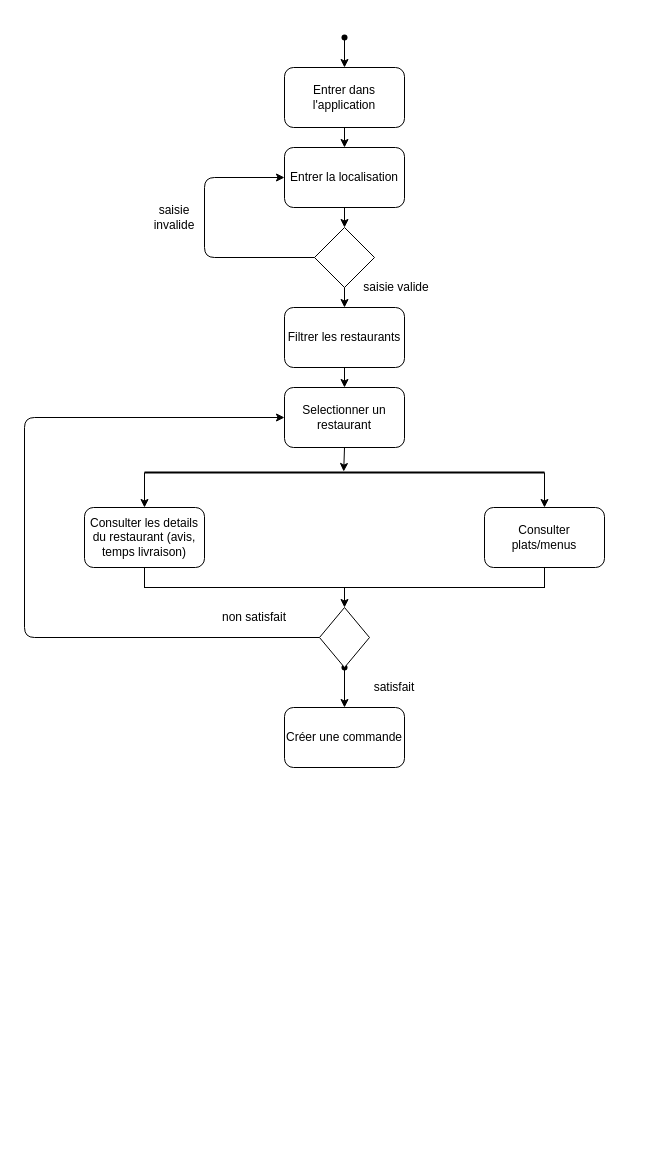
This is diagramme_activite.drawio from TheAIWizard/Ensaeats, a draw.io file, before an edit. Source tidied: cells renumbered, new cells numbered last; positions are measured from the earlier drawing's top-left corner, leaving out a move shared by most shapes. Both pictures are drawn from the tidied source at 100%, with x=0, y=0 at pixel (24, 17).
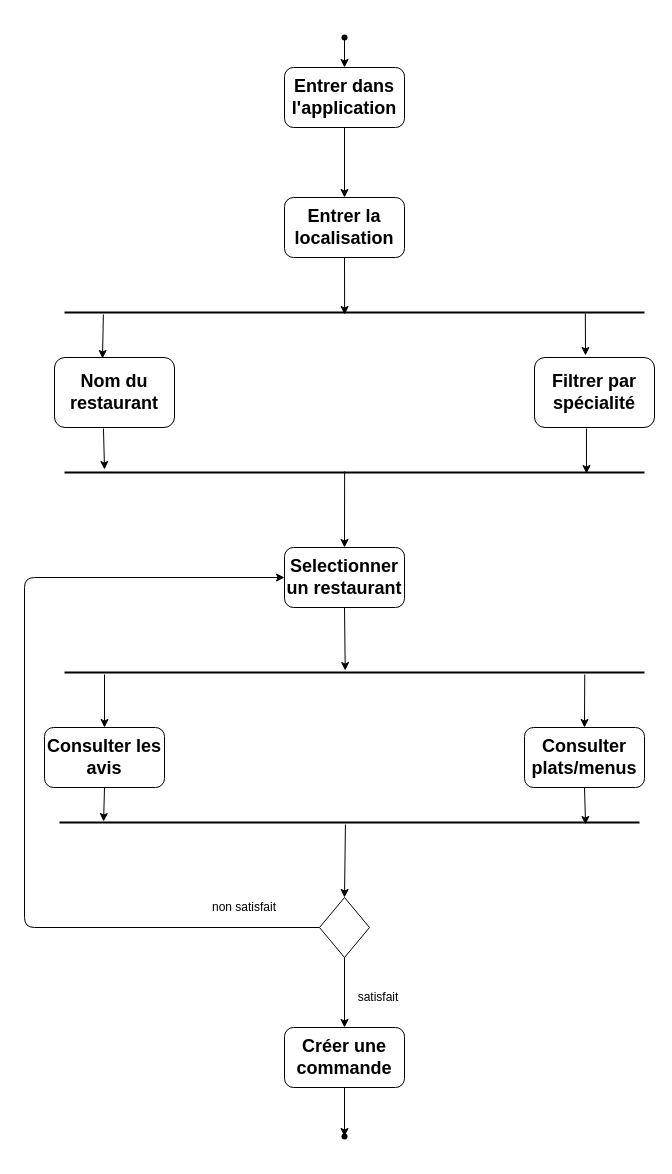
The same page after the edit.

Commit message (it also covers changes not shown here):
digaramme clients

Change to the diagram source:
```diff
@@
-    <mxCell id="4" value="Entrer dans l'application" style="rounded=1;whiteSpace=wrap;html=1;" parent="1" vertex="1">
+    <mxCell id="4" value="&lt;h2&gt;Entrer dans l'application&lt;/h2&gt;" style="rounded=1;whiteSpace=wrap;html=1;" parent="1" vertex="1">
       <mxGeometry x="260" y="50" width="120" height="60" as="geometry" />
     </mxCell>
-    <mxCell id="5" value="Entrer la localisation" style="rounded=1;whiteSpace=wrap;html=1;" parent="1" vertex="1">
-      <mxGeometry x="260" y="130" width="120" height="60" as="geometry" />
+    <mxCell id="5" value="&lt;h2&gt;Entrer la localisation&lt;/h2&gt;" style="rounded=1;whiteSpace=wrap;html=1;" parent="1" vertex="1">
+      <mxGeometry x="260" y="180" width="120" height="60" as="geometry" />
     </mxCell>
-    <mxCell id="6" style="endArrow=classic;html=1;exitX=0.5;exitY=1;exitDx=0;exitDy=0;" parent="1" edge="1" source="4">
-      <mxGeometry relative="1" as="geometry">
-        <mxPoint x="320" y="130" as="targetPoint" />
-      </mxGeometry>
+    <mxCell id="6" style="endArrow=classic;html=1;exitX=0.5;exitY=1;exitDx=0;exitDy=0;entryX=0.5;entryY=0;entryDx=0;entryDy=0;" parent="1" edge="1" source="4" target="5">
+      <mxGeometry relative="1" as="geometry" />
     </mxCell>
-    <mxCell id="7" style="rhombus;whiteSpace=wrap;html=1;" parent="1" vertex="1">
-      <mxGeometry x="290" y="210" width="60" height="60" as="geometry" />
-    </mxCell>
-    <mxCell id="8" style="endArrow=classic;html=1;exitX=0.5;exitY=1;exitDx=0;exitDy=0;exitPerimeter=0;entryX=0.5;entryY=0;entryDx=0;entryDy=0;" parent="1" edge="1" source="5" target="7">
-      <mxGeometry relative="1" as="geometry" />
-    </mxCell>
-    <mxCell id="9" style="edgeStyle=elbowEdgeStyle;elbow=horizontal;endArrow=classic;html=1;entryX=0;entryY=0.5;entryDx=0;entryDy=0;" parent="1" edge="1" target="5">
-      <mxGeometry relative="1" as="geometry">
-        <mxPoint x="290" y="240" as="sourcePoint" />
-        <Array as="points">
-          <mxPoint x="180" y="210" />
-        </Array>
-      </mxGeometry>
-    </mxCell>
-    <mxCell id="10" value="saisie invalide" style="text;html=1;strokeColor=none;fillColor=none;align=center;verticalAlign=middle;whiteSpace=wrap;rounded=0;" parent="1" vertex="1">
-      <mxGeometry x="130" y="190" width="40" height="20" as="geometry" />
-    </mxCell>
-    <mxCell id="11" style="endArrow=classic;html=1;exitX=0.5;exitY=1;exitDx=0;exitDy=0;" parent="1" edge="1" source="7" target="12">
-      <mxGeometry relative="1" as="geometry" />
-    </mxCell>
-    <mxCell id="12" value="Filtrer les restaurants" style="rounded=1;whiteSpace=wrap;html=1;" parent="1" vertex="1">
-      <mxGeometry x="260" y="290" width="120" height="60" as="geometry" />
+    <mxCell id="12" value="&lt;h2&gt;Filtrer par spécialité&lt;/h2&gt;" style="rounded=1;whiteSpace=wrap;html=1;" parent="1" vertex="1">
+      <mxGeometry x="510" y="340" width="120" height="70" as="geometry" />
     </mxCell>
-    <mxCell id="13" value="saisie valide" style="text;html=1;strokeColor=none;fillColor=none;align=center;verticalAlign=middle;whiteSpace=wrap;rounded=0;" parent="1" vertex="1">
-      <mxGeometry x="334" y="260" width="76" height="20" as="geometry" />
-    </mxCell>
-    <mxCell id="14" value="Selectionner un restaurant" style="rounded=1;whiteSpace=wrap;html=1;" parent="1" vertex="1">
-      <mxGeometry x="260" y="370" width="120" height="60" as="geometry" />
+    <mxCell id="14" value="&lt;h2&gt;Selectionner un restaurant&lt;/h2&gt;" style="rounded=1;whiteSpace=wrap;html=1;" parent="1" vertex="1">
+      <mxGeometry x="260" y="530" width="120" height="60" as="geometry" />
     </mxCell>
-    <mxCell id="15" style="endArrow=classic;html=1;exitX=0.5;exitY=1;exitDx=0;exitDy=0;entryX=0.5;entryY=0;entryDx=0;entryDy=0;" parent="1" edge="1" source="12" target="14">
-      <mxGeometry relative="1" as="geometry" />
-    </mxCell>
     <mxCell id="16" style="line;strokeWidth=2;html=1;" parent="1" vertex="1">
-      <mxGeometry x="120" y="450" width="400" height="10" as="geometry" />
+      <mxGeometry x="40" y="290" width="580" height="10" as="geometry" />
     </mxCell>
-    <mxCell id="17" style="endArrow=classic;html=1;exitX=0.5;exitY=1;exitDx=0;exitDy=0;entryX=0.498;entryY=0.4;entryDx=0;entryDy=0;entryPerimeter=0;" parent="1" edge="1" source="14" target="16">
-      <mxGeometry relative="1" as="geometry" />
-    </mxCell>
-    <mxCell id="18" value="Consulter les details du restaurant (avis, temps livraison)" style="rounded=1;whiteSpace=wrap;html=1;" parent="1" vertex="1">
-      <mxGeometry x="60" y="490" width="120" height="60" as="geometry" />
+    <mxCell id="18" value="&lt;h2&gt;Consulter les avis&lt;/h2&gt;" style="rounded=1;whiteSpace=wrap;html=1;" parent="1" vertex="1">
+      <mxGeometry x="20" y="710" width="120" height="60" as="geometry" />
     </mxCell>
-    <mxCell id="19" value="&lt;span&gt;Consulter plats/menus&lt;/span&gt;" style="rounded=1;whiteSpace=wrap;html=1;" parent="1" vertex="1">
-      <mxGeometry x="460" y="490" width="120" height="60" as="geometry" />
+    <mxCell id="19" value="&lt;h2&gt;&lt;span&gt;Consulter plats/menus&lt;/span&gt;&lt;/h2&gt;" style="rounded=1;whiteSpace=wrap;html=1;" parent="1" vertex="1">
+      <mxGeometry x="500" y="710" width="120" height="60" as="geometry" />
     </mxCell>
-    <mxCell id="20" style="endArrow=classic;html=1;exitX=0;exitY=0.5;exitDx=0;exitDy=0;exitPerimeter=0;entryX=0.5;entryY=0;entryDx=0;entryDy=0;" parent="1" edge="1" source="16" target="18">
-      <mxGeometry relative="1" as="geometry" />
-    </mxCell>
-    <mxCell id="21" style="endArrow=classic;html=1;exitX=1;exitY=0.5;exitDx=0;exitDy=0;exitPerimeter=0;entryX=0.5;entryY=0;entryDx=0;entryDy=0;" parent="1" edge="1" source="16" target="19">
-      <mxGeometry relative="1" as="geometry" />
-    </mxCell>
-    <mxCell id="22" value="Créer une commande" style="rounded=1;whiteSpace=wrap;html=1;" parent="1" vertex="1">
-      <mxGeometry x="260" y="690" width="120" height="60" as="geometry" />
+    <mxCell id="22" value="&lt;h2&gt;Créer une commande&lt;/h2&gt;" style="rounded=1;whiteSpace=wrap;html=1;" parent="1" vertex="1">
+      <mxGeometry x="260" y="1010" width="120" height="60" as="geometry" />
     </mxCell>
@@
     <mxCell id="24" value="non satisfait" style="text;html=1;strokeColor=none;fillColor=none;align=center;verticalAlign=middle;whiteSpace=wrap;rounded=0;" parent="1" vertex="1">
-      <mxGeometry x="190" y="590" width="80" height="20" as="geometry" />
+      <mxGeometry x="180" y="880" width="80" height="20" as="geometry" />
     </mxCell>
-    <mxCell id="25" value="satisfait" style="text;html=1;strokeColor=none;fillColor=none;align=center;verticalAlign=middle;whiteSpace=wrap;rounded=0;" parent="1" vertex="1">
-      <mxGeometry x="350" y="660" width="40" height="20" as="geometry" />
+    <mxCell id="25" value="satisfait" style="text;html=1;strokeColor=none;fillColor=none;align=center;verticalAlign=middle;whiteSpace=wrap;rounded=0;strokeWidth=4;" parent="1" vertex="1">
+      <mxGeometry x="334" y="970" width="40" height="20" as="geometry" />
     </mxCell>
     <mxCell id="26" style="shape=waypoint;sketch=0;fillStyle=solid;size=6;points=[];fillColor=none;perimeter=centerPerimeter;snapToPoint=1;" parent="1" vertex="1">
-      <mxGeometry x="300" y="630" width="40" height="40" as="geometry" />
+      <mxGeometry x="300" y="1099" width="40" height="40" as="geometry" />
     </mxCell>
-    <mxCell id="27" style="endArrow=classic;html=1;exitX=0.425;exitY=0.475;exitDx=0;exitDy=0;exitPerimeter=0;" parent="1" edge="1" source="26">
-      <mxGeometry relative="1" as="geometry">
-        <mxPoint x="320" y="690" as="targetPoint" />
-      </mxGeometry>
-    </mxCell>
     <mxCell id="28" style="rhombus;whiteSpace=wrap;html=1;" parent="1" vertex="1">
-      <mxGeometry x="295" y="590" width="50" height="60" as="geometry" />
+      <mxGeometry x="295" y="880" width="50" height="60" as="geometry" />
     </mxCell>
-    <mxCell id="29" style="shape=partialRectangle;whiteSpace=wrap;html=1;bottom=0;right=0;fillColor=none;direction=west;" parent="1" vertex="1">
-      <mxGeometry x="320" y="550" width="200" height="20" as="geometry" />
-    </mxCell>
-    <mxCell id="30" style="shape=partialRectangle;whiteSpace=wrap;html=1;bottom=0;right=0;fillColor=none;direction=north;" parent="1" vertex="1">
-      <mxGeometry x="120" y="550" width="200" height="20" as="geometry" />
-    </mxCell>
-    <mxCell id="31" style="endArrow=classic;html=1;exitX=0;exitY=1;exitDx=0;exitDy=0;" parent="1" edge="1" source="30" target="28">
-      <mxGeometry relative="1" as="geometry" />
-    </mxCell>
+    <mxCell id="32" value="&lt;h2&gt;Nom du restaurant&lt;/h2&gt;" style="rounded=1;whiteSpace=wrap;html=1;" parent="1" vertex="1">
+      <mxGeometry x="30" y="340" width="120" height="70" as="geometry" />
+    </mxCell>
+    <mxCell id="33" style="line;strokeWidth=2;html=1;" parent="1" vertex="1">
+      <mxGeometry x="40" y="450" width="580" height="10" as="geometry" />
+    </mxCell>
+    <mxCell id="34" style="endArrow=classic;html=1;entryX=0.483;entryY=0.7;entryDx=0;entryDy=0;entryPerimeter=0;exitX=0.5;exitY=1;exitDx=0;exitDy=0;" parent="1" edge="1" source="5" target="16">
+      <mxGeometry relative="1" as="geometry" />
+    </mxCell>
+    <mxCell id="35" style="endArrow=classic;html=1;exitX=0.067;exitY=0.7;exitDx=0;exitDy=0;exitPerimeter=0;entryX=0.4;entryY=0.014;entryDx=0;entryDy=0;entryPerimeter=0;" parent="1" edge="1" source="16" target="32">
+      <mxGeometry relative="1" as="geometry" />
+    </mxCell>
+    <mxCell id="36" style="endArrow=classic;html=1;exitX=0.898;exitY=0.6;exitDx=0;exitDy=0;exitPerimeter=0;entryX=0.425;entryY=-0.029;entryDx=0;entryDy=0;entryPerimeter=0;" parent="1" edge="1" source="16" target="12">
+      <mxGeometry relative="1" as="geometry" />
+    </mxCell>
+    <mxCell id="37" style="endArrow=classic;html=1;exitX=0.433;exitY=1.014;exitDx=0;exitDy=0;exitPerimeter=0;entryX=0.9;entryY=0.6;entryDx=0;entryDy=0;entryPerimeter=0;" parent="1" edge="1" source="12" target="33">
+      <mxGeometry relative="1" as="geometry" />
+    </mxCell>
+    <mxCell id="38" style="endArrow=classic;html=1;exitX=0.408;exitY=1.014;exitDx=0;exitDy=0;exitPerimeter=0;entryX=0.069;entryY=0.2;entryDx=0;entryDy=0;entryPerimeter=0;" parent="1" edge="1" source="32" target="33">
+      <mxGeometry relative="1" as="geometry" />
+    </mxCell>
+    <mxCell id="39" style="endArrow=classic;html=1;exitX=0.483;exitY=0.4;exitDx=0;exitDy=0;exitPerimeter=0;entryX=0.5;entryY=0;entryDx=0;entryDy=0;" parent="1" edge="1" source="33" target="14">
+      <mxGeometry relative="1" as="geometry" />
+    </mxCell>
+    <mxCell id="40" style="endArrow=classic;html=1;exitX=0.5;exitY=1;exitDx=0;exitDy=0;entryX=0.484;entryY=0.3;entryDx=0;entryDy=0;entryPerimeter=0;" parent="1" edge="1" source="14" target="41">
+      <mxGeometry relative="1" as="geometry" />
+    </mxCell>
+    <mxCell id="41" style="line;strokeWidth=2;html=1;" parent="1" vertex="1">
+      <mxGeometry x="40" y="650" width="580" height="10" as="geometry" />
+    </mxCell>
+    <mxCell id="42" style="line;strokeWidth=2;html=1;" parent="1" vertex="1">
+      <mxGeometry x="35" y="800" width="580" height="10" as="geometry" />
+    </mxCell>
+    <mxCell id="43" style="endArrow=classic;html=1;entryX=0.907;entryY=0.7;entryDx=0;entryDy=0;entryPerimeter=0;exitX=0.5;exitY=1;exitDx=0;exitDy=0;" parent="1" edge="1" source="19" target="42">
+      <mxGeometry relative="1" as="geometry" />
+    </mxCell>
+    <mxCell id="44" style="endArrow=classic;html=1;exitX=0.897;exitY=0.7;exitDx=0;exitDy=0;exitPerimeter=0;entryX=0.5;entryY=0;entryDx=0;entryDy=0;" parent="1" edge="1" source="41" target="19">
+      <mxGeometry relative="1" as="geometry" />
+    </mxCell>
+    <mxCell id="45" style="endArrow=classic;html=1;" parent="1" edge="1">
+      <mxGeometry relative="1" as="geometry">
+        <mxPoint x="80" y="657" as="sourcePoint" />
+        <mxPoint x="80" y="710" as="targetPoint" />
+      </mxGeometry>
+    </mxCell>
+    <mxCell id="46" style="endArrow=classic;html=1;entryX=0.076;entryY=0.4;entryDx=0;entryDy=0;entryPerimeter=0;exitX=0.5;exitY=1;exitDx=0;exitDy=0;" parent="1" edge="1" source="18" target="42">
+      <mxGeometry relative="1" as="geometry" />
+    </mxCell>
+    <mxCell id="47" style="endArrow=classic;html=1;exitX=0.493;exitY=0.7;exitDx=0;exitDy=0;exitPerimeter=0;entryX=0.5;entryY=0;entryDx=0;entryDy=0;" parent="1" edge="1" source="42" target="28">
+      <mxGeometry relative="1" as="geometry" />
+    </mxCell>
+    <mxCell id="48" style="endArrow=classic;html=1;exitX=0.5;exitY=1;exitDx=0;exitDy=0;entryX=0.65;entryY=0.45;entryDx=0;entryDy=0;entryPerimeter=0;" parent="1" edge="1" source="22" target="26">
+      <mxGeometry relative="1" as="geometry" />
+    </mxCell>
+    <mxCell id="49" style="endArrow=classic;html=1;entryX=0.5;entryY=0;entryDx=0;entryDy=0;exitX=0.5;exitY=1;exitDx=0;exitDy=0;" parent="1" edge="1" source="28" target="22">
+      <mxGeometry relative="1" as="geometry" />
+    </mxCell>
```
